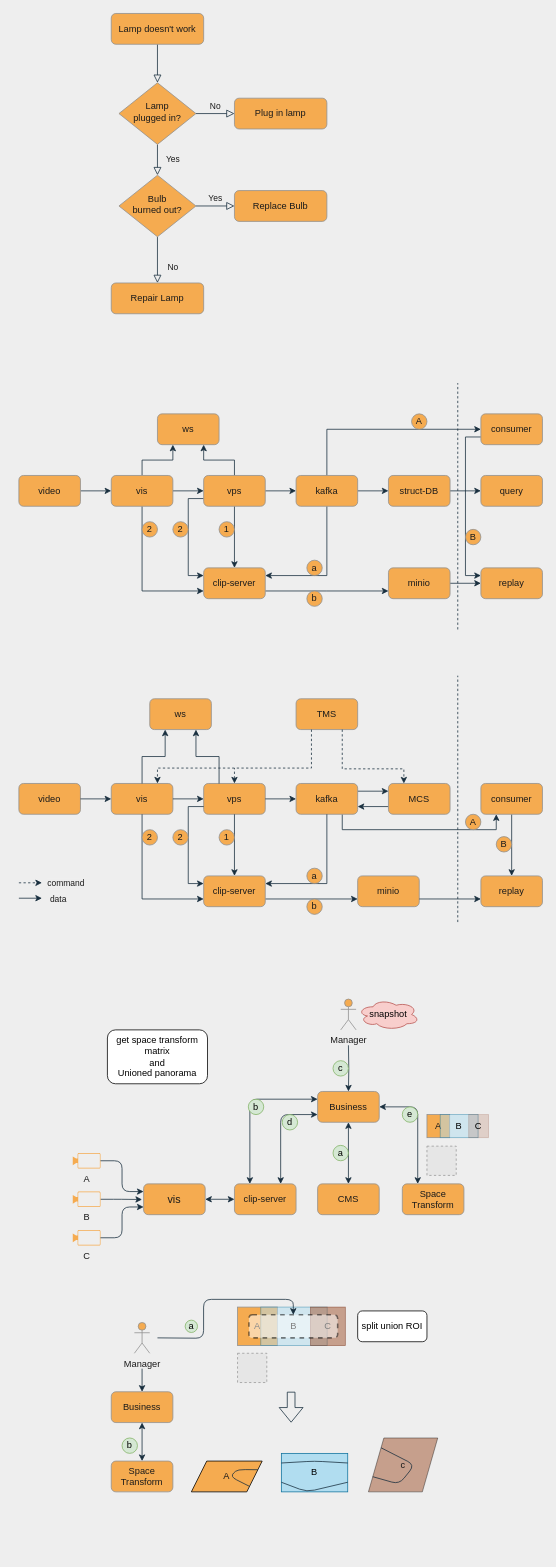
Earlier version of the draw.io diagram video-clip.drawio (hashstone/deploy_shell). Source tidied: cells renumbered, new cells numbered last; positions are measured from the earlier drawing's top-left corner, leaving out a move shared by most shapes. Both pictures are drawn from the tidied source at 77%, with x=0, y=0 at pixel (18, 13). Pictures stored in the file or linked from it are replaced by grey dashed boxes.
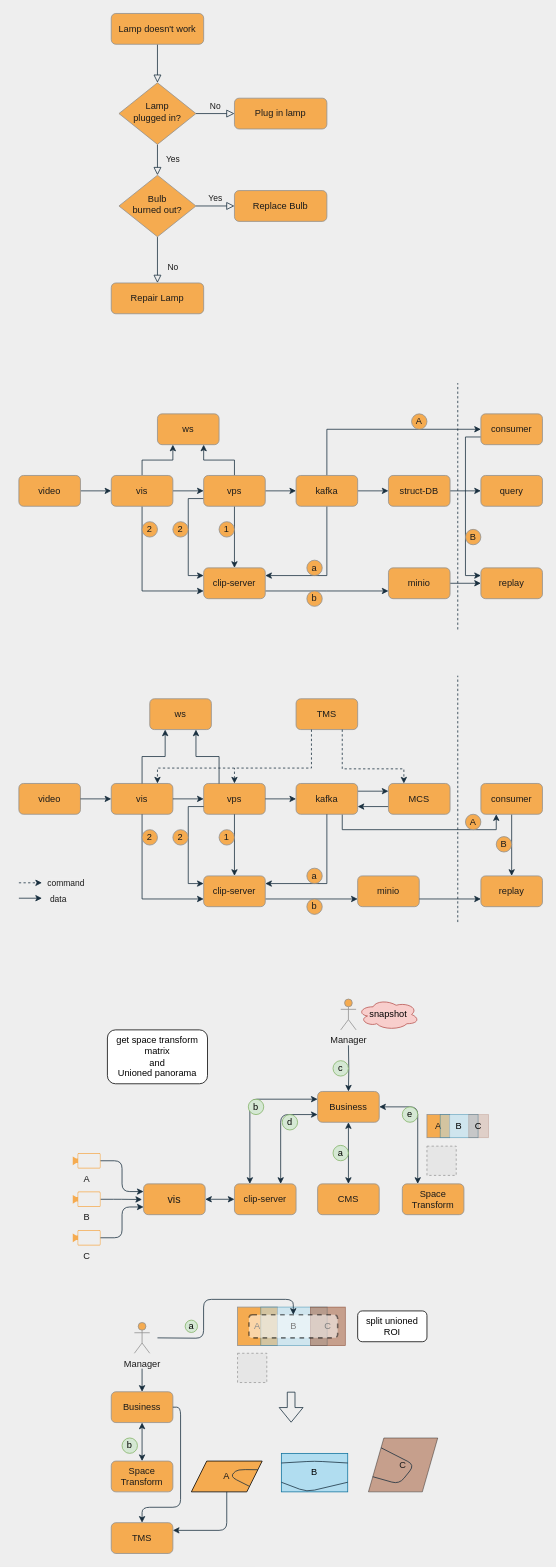
After the change.

Unchanged cells that the change refers to:
```xml
<mxCell id="120" style="group;" parent="1" vertex="1">
  <mxGeometry x="120" y="1680" width="424" height="240" as="geometry" />
</mxCell>
<mxCell id="121" value="Business" style="rounded=1;whiteSpace=wrap;html=1;fillColor=#F5AB50;strokeColor=#909090;fontColor=#1A1A1A;" parent="120" vertex="1">
  <mxGeometry y="110" width="80" height="40" as="geometry" />
</mxCell>
<mxCell id="136" value="A" style="shape=parallelogram;perimeter=parallelogramPerimeter;whiteSpace=wrap;html=1;fixedSize=1;rounded=0;sketch=0;strokeColor=#000000;strokeWidth=1;fontColor=#1A1A1A;fillColor=#F5AB50;" parent="120" vertex="1">
  <mxGeometry x="104" y="200" width="92" height="40" as="geometry" />
</mxCell>
```

What changed in the source:
```diff
@@
-    <mxCell id="127" value="split union ROI" style="rounded=1;whiteSpace=wrap;html=1;sketch=0;" parent="120" vertex="1">
+    <mxCell id="127" value="split unioned ROI" style="rounded=1;whiteSpace=wrap;html=1;sketch=0;" parent="120" vertex="1">
       <mxGeometry x="320" y="5" width="90" height="40" as="geometry" />
     </mxCell>
@@
-    <mxCell id="141" value="c" style="shape=parallelogram;perimeter=parallelogramPerimeter;whiteSpace=wrap;html=1;fixedSize=1;rounded=0;sketch=0;strokeColor=#000000;strokeWidth=1;fontColor=#1A1A1A;opacity=50;fillColor=#A0522D;" parent="120" vertex="1">
+    <mxCell id="141" value="C" style="shape=parallelogram;perimeter=parallelogramPerimeter;whiteSpace=wrap;html=1;fixedSize=1;rounded=0;sketch=0;strokeColor=#000000;strokeWidth=1;fontColor=#1A1A1A;opacity=50;fillColor=#A0522D;" parent="120" vertex="1">
       <mxGeometry x="334" y="170" width="90" height="70" as="geometry" />
     </mxCell>
@@
+    <mxCell id="144" style="edgeStyle=orthogonalEdgeStyle;curved=0;rounded=1;sketch=0;jettySize=auto;html=1;exitX=1;exitY=0.5;exitDx=0;exitDy=0;startArrow=none;startFill=0;strokeColor=#182E3E;fontColor=#1A1A1A;entryX=0.5;entryY=0;entryDx=0;entryDy=0;" parent="1" edge="1" source="121" target="145">
+      <mxGeometry relative="1" as="geometry">
+        <Array as="points">
+          <mxPoint x="210" y="1810" />
+          <mxPoint x="210" y="1940" />
+          <mxPoint x="160" y="1940" />
+        </Array>
+      </mxGeometry>
+    </mxCell>
+    <mxCell id="145" value="TMS" style="rounded=1;whiteSpace=wrap;html=1;fillColor=#F5AB50;strokeColor=#909090;fontColor=#1A1A1A;" parent="1" vertex="1">
+      <mxGeometry x="120" y="1960" width="80" height="40" as="geometry" />
+    </mxCell>
+    <mxCell id="146" style="edgeStyle=orthogonalEdgeStyle;curved=0;rounded=1;sketch=0;jettySize=auto;html=1;exitX=0.5;exitY=1;exitDx=0;exitDy=0;entryX=1;entryY=0.25;entryDx=0;entryDy=0;startArrow=none;startFill=0;strokeColor=#182E3E;fontColor=#1A1A1A;" parent="1" edge="1" source="136" target="145">
+      <mxGeometry relative="1" as="geometry" />
+    </mxCell>
```
